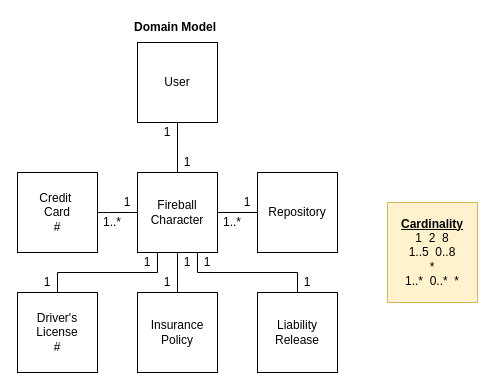
Above: page "Domain Model" (2 of 3) of Fireball App.drawio in jmcjordi811/CISC210Draw (draw.io), before the change. Source tidied: cells renumbered, new cells numbered last; positions are measured from the earlier drawing's top-left corner, leaving out a move shared by most shapes. Both pictures are drawn from the tidied source at 100%, with x=0, y=0 at pixel (17, 17).
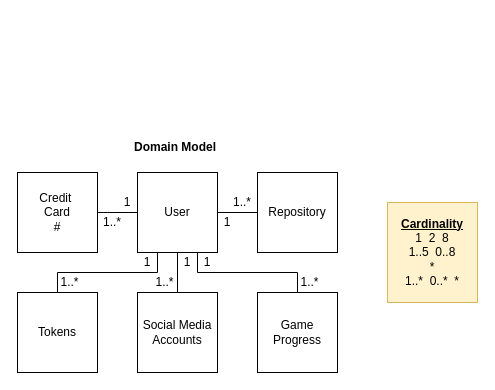
Above is the later version.

Commit message:
Update Domain Model

The edit, as a diff of the source:
```diff
@@
+    <mxCell id="29" style="edgeStyle=elbowEdgeStyle;rounded=0;jumpStyle=none;jettySize=auto;html=1;exitX=0.25;exitY=1;exitDx=0;exitDy=0;entryX=0.5;entryY=0;entryDx=0;entryDy=0;endArrow=none;endFill=0;strokeColor=#000000;elbow=vertical;" parent="1" edge="1" source="5" target="31">
+      <mxGeometry relative="1" as="geometry" />
+    </mxCell>
+    <mxCell id="30" style="edgeStyle=elbowEdgeStyle;rounded=0;jumpStyle=none;jettySize=auto;elbow=vertical;html=1;exitX=0.75;exitY=1;exitDx=0;exitDy=0;entryX=0.5;entryY=0;entryDx=0;entryDy=0;endArrow=none;endFill=0;strokeColor=#000000;" parent="1" edge="1" source="5" target="32">
+      <mxGeometry relative="1" as="geometry" />
+    </mxCell>
-    <mxCell id="5" value="Fireball&lt;br&gt;Character" style="whiteSpace=wrap;html=1;fillColor=none;" parent="1" vertex="1">
+    <mxCell id="5" value="User" style="whiteSpace=wrap;html=1;fillColor=none;" parent="1" vertex="1">
       <mxGeometry x="120" y="155" width="80" height="80" as="geometry" />
     </mxCell>
@@
-    <mxCell id="7" style="edgeStyle=orthogonalEdgeStyle;rounded=0;jettySize=auto;html=1;exitX=0.5;exitY=0;exitDx=0;exitDy=0;entryX=0.25;entryY=1;entryDx=0;entryDy=0;endArrow=none;endFill=0;" parent="1" edge="1" source="8" target="5">
-      <mxGeometry relative="1" as="geometry" />
-    </mxCell>
-    <mxCell id="8" value="Driver's&lt;br&gt;License&lt;br&gt;#" style="whiteSpace=wrap;html=1;fillColor=none;" parent="1" vertex="1">
-      <mxGeometry y="275" width="80" height="80" as="geometry" />
-    </mxCell>
@@
-    <mxCell id="10" value="Insurance&lt;br&gt;Policy" style="whiteSpace=wrap;html=1;fillColor=none;" parent="1" vertex="1">
+    <mxCell id="10" value="Social Media&lt;br&gt;Accounts" style="whiteSpace=wrap;html=1;fillColor=none;" parent="1" vertex="1">
       <mxGeometry x="120" y="275" width="80" height="80" as="geometry" />
     </mxCell>
-    <mxCell id="11" style="edgeStyle=orthogonalEdgeStyle;rounded=0;jettySize=auto;html=1;exitX=0.5;exitY=0;exitDx=0;exitDy=0;entryX=0.75;entryY=1;entryDx=0;entryDy=0;endArrow=none;endFill=0;" parent="1" edge="1" source="12" target="5">
-      <mxGeometry relative="1" as="geometry" />
-    </mxCell>
-    <mxCell id="12" value="Liability&lt;br&gt;Release" style="whiteSpace=wrap;html=1;fillColor=none;" parent="1" vertex="1">
-      <mxGeometry x="240" y="275" width="80" height="80" as="geometry" />
-    </mxCell>
@@
-    <mxCell id="14" value="1" style="text;html=1;strokeColor=none;fillColor=none;align=center;verticalAlign=middle;whiteSpace=wrap;rounded=0;" parent="1" vertex="1">
-      <mxGeometry x="20" y="255" width="20" height="20" as="geometry" />
-    </mxCell>
-    <mxCell id="15" value="1" style="text;html=1;strokeColor=none;fillColor=none;align=center;verticalAlign=middle;whiteSpace=wrap;rounded=0;" parent="1" vertex="1">
-      <mxGeometry x="120" y="235" width="20" height="20" as="geometry" />
-    </mxCell>
-    <mxCell id="16" value="1" style="text;html=1;strokeColor=none;fillColor=none;align=center;verticalAlign=middle;whiteSpace=wrap;rounded=0;" parent="1" vertex="1">
-      <mxGeometry x="140" y="255" width="20" height="20" as="geometry" />
+    <mxCell id="16" value="1..*" style="text;html=1;strokeColor=none;fillColor=none;align=center;verticalAlign=middle;whiteSpace=wrap;rounded=0;" parent="1" vertex="1">
+      <mxGeometry x="135" y="255" width="25" height="20" as="geometry" />
     </mxCell>
@@
-    <mxCell id="18" value="1" style="text;html=1;strokeColor=none;fillColor=none;align=center;verticalAlign=middle;whiteSpace=wrap;rounded=0;" parent="1" vertex="1">
-      <mxGeometry x="180" y="235" width="20" height="20" as="geometry" />
-    </mxCell>
-    <mxCell id="19" value="1" style="text;html=1;strokeColor=none;fillColor=none;align=center;verticalAlign=middle;whiteSpace=wrap;rounded=0;" parent="1" vertex="1">
-      <mxGeometry x="280" y="255" width="20" height="20" as="geometry" />
-    </mxCell>
     <mxCell id="20" value="1" style="text;html=1;strokeColor=none;fillColor=none;align=center;verticalAlign=middle;whiteSpace=wrap;rounded=0;" parent="1" vertex="1">
-      <mxGeometry x="220" y="175" width="20" height="20" as="geometry" />
+      <mxGeometry x="200" y="195" width="20" height="20" as="geometry" />
     </mxCell>
@@
     <mxCell id="23" value="1..*&lt;span style=&quot;font-family: &amp;#34;helvetica&amp;#34; , &amp;#34;arial&amp;#34; , sans-serif ; font-size: 0px ; white-space: nowrap&quot;&gt;..3CmxGraphModel%3E%3Croot%3E%3CmxCell%20id%3D%220%22%2F%3E%3CmxCell%20id%3D%221%22%20parent%3D%220%22%2F%3E%3CmxCell%20id%3D%222%22%20value%3D%22Credit%26amp%3Bnbsp%3B%26lt%3Bbr%26gt%3BCard%22%20style%3D%22whiteSpace%3Dwrap%3Bhtml%3D1%3Baspect%3Dfixed%3BfillColor%3Dnone%3B%22%20vertex%3D%221%22%20parent%3D%221%22%3E%3CmxGeometry%20x%3D%22120%22%20y%3D%22640%22%20width%3D%2280%22%20height%3D%2280%22%20as%3D%22geometry%22%2F%3E%3C%2FmxCell%3E%3CmxCell%20id%3D%223%22%20value%3D%22Credit%26amp%3Bnbsp%3B%26lt%3Bbr%26gt%3BCard%22%20style%3D%22whiteSpace%3Dwrap%3Bhtml%3D1%3Baspect%3Dfixed%3BfillColor%3Dnone%3B%22%20vertex%3D%221%22%20parent%3D%221%22%3E%3CmxGeometry%20x%3D%22240%22%20y%3D%22640%22%20width%3D%2280%22%20height%3D%2280%22%20as%3D%22geometry%22%2F%3E%3C%2FmxCell%3E%3CmxCell%20id%3D%224%22%20value%3D%22Credit%26amp%3Bnbsp%3B%26lt%3Bbr%26gt%3BCard%22%20style%3D%22whiteSpace%3Dwrap%3Bhtml%3D1%3Baspect%3Dfixed%3BfillColor%3Dnone%3B%22%20vertex%3D%221%22%20parent%3D%221%22%3E%3CmxGeometry%20x%3D%22360%22%20y%3D%22640%22%20width%3D%2280%22%20height%3D%2280%22%20as%3D%22geometry%22%2F%3E%3C%2FmxCell%3E%3C%2Froot%3E%3C%2FmxGraphModel%3E.....&lt;/span&gt;" style="text;html=1;strokeColor=none;fillColor=none;align=center;verticalAlign=middle;whiteSpace=wrap;rounded=0;" parent="1" vertex="1">
-      <mxGeometry x="200" y="195" width="30" height="20" as="geometry" />
+      <mxGeometry x="210" y="175" width="30" height="20" as="geometry" />
     </mxCell>
     <mxCell id="24" value="Domain Model" style="text;html=1;align=left;verticalAlign=top;spacingTop=-4;fontStyle=1;" parent="1" vertex="1">
-      <mxGeometry x="115" width="90" height="20" as="geometry" />
+      <mxGeometry x="115" y="120" width="90" height="20" as="geometry" />
     </mxCell>
-    <mxCell id="25" style="edgeStyle=orthogonalEdgeStyle;rounded=0;jettySize=auto;html=1;exitX=0.5;exitY=1;exitDx=0;exitDy=0;entryX=0.5;entryY=0;entryDx=0;entryDy=0;endArrow=none;endFill=0;" parent="1" edge="1" source="26" target="5">
-      <mxGeometry relative="1" as="geometry" />
-    </mxCell>
-    <mxCell id="26" value="User" style="whiteSpace=wrap;html=1;fillColor=none;" parent="1" vertex="1">
-      <mxGeometry x="120" y="25" width="80" height="80" as="geometry" />
-    </mxCell>
-    <mxCell id="27" value="1" style="text;html=1;strokeColor=none;fillColor=none;align=center;verticalAlign=middle;whiteSpace=wrap;rounded=0;" parent="1" vertex="1">
-      <mxGeometry x="160" y="135" width="20" height="20" as="geometry" />
-    </mxCell>
-    <mxCell id="28" value="1" style="text;html=1;strokeColor=none;fillColor=none;align=center;verticalAlign=middle;whiteSpace=wrap;rounded=0;" parent="1" vertex="1">
-      <mxGeometry x="140" y="105" width="20" height="20" as="geometry" />
-    </mxCell>
+    <mxCell id="31" value="Tokens" style="whiteSpace=wrap;html=1;fillColor=none;" parent="1" vertex="1">
+      <mxGeometry y="275" width="80" height="80" as="geometry" />
+    </mxCell>
+    <mxCell id="32" value="Game Progress" style="whiteSpace=wrap;html=1;fillColor=none;" parent="1" vertex="1">
+      <mxGeometry x="240" y="275" width="80" height="80" as="geometry" />
+    </mxCell>
+    <mxCell id="18" value="1" style="text;html=1;strokeColor=none;fillColor=none;align=center;verticalAlign=middle;whiteSpace=wrap;rounded=0;" parent="1" vertex="1">
+      <mxGeometry x="180" y="235" width="20" height="20" as="geometry" />
+    </mxCell>
+    <mxCell id="15" value="1" style="text;html=1;strokeColor=none;fillColor=none;align=center;verticalAlign=middle;whiteSpace=wrap;rounded=0;" parent="1" vertex="1">
+      <mxGeometry x="120" y="235" width="20" height="20" as="geometry" />
+    </mxCell>
+    <mxCell id="33" value="1..*" style="text;html=1;strokeColor=none;fillColor=none;align=center;verticalAlign=middle;whiteSpace=wrap;rounded=0;" parent="1" vertex="1">
+      <mxGeometry x="40" y="255" width="25" height="20" as="geometry" />
+    </mxCell>
+    <mxCell id="34" value="1..*" style="text;html=1;strokeColor=none;fillColor=none;align=center;verticalAlign=middle;whiteSpace=wrap;rounded=0;" parent="1" vertex="1">
+      <mxGeometry x="280" y="255" width="25" height="20" as="geometry" />
+    </mxCell>
```
